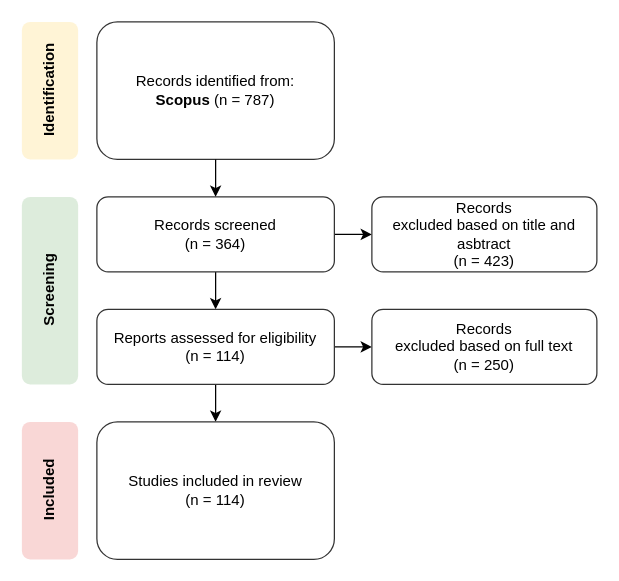
Earlier version of the draw.io diagram SLR-Method.drawio (ariesharry/SLR-Production-Scheduling). Source tidied: cells renumbered, new cells numbered last; positions are measured from the earlier drawing's top-left corner, leaving out a move shared by most shapes. Both pictures are drawn from the tidied source at 125%, with x=0, y=0 at pixel (21, 21).
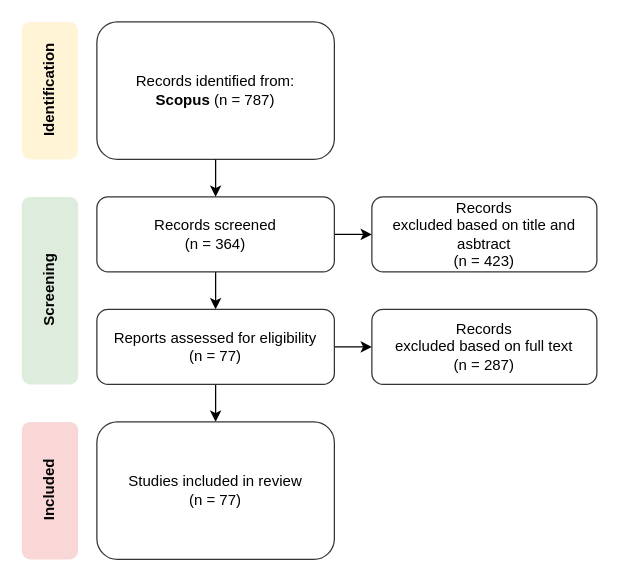
After the change.

Change to the diagram source:
```diff
@@
 <mxGraphModel>
   <root>
     <mxCell id="0" />
     <mxCell id="1" parent="0" />
     <mxCell id="2" value="Identification" style="rounded=1;whiteSpace=wrap;html=1;fillColor=#fff2cc;strokeColor=none;opacity=80;horizontal=0;fontStyle=1;" parent="1" vertex="1">
       <mxGeometry width="45" height="110" as="geometry" />
     </mxCell>
     <mxCell id="3" value="&lt;span style=&quot;font-size:9.0pt;mso-bidi-font-size:&lt;br/&gt;10.0pt;line-height:107%;font-family:&amp;quot;Arial&amp;quot;,sans-serif;mso-fareast-font-family:&lt;br/&gt;Calibri;mso-fareast-theme-font:minor-latin;color:black;mso-themecolor:text1;&lt;br/&gt;mso-ansi-language:EN-AU;mso-fareast-language:EN-US;mso-bidi-language:AR-SA&quot; lang=&quot;EN-AU&quot;&gt;Records identified from:&lt;br&gt;&lt;b&gt;Scopus&lt;/b&gt; (n = 787)&lt;br&gt;&lt;/span&gt;" style="rounded=1;whiteSpace=wrap;html=1;fillColor=none;strokeColor=#333333;" parent="1" vertex="1">
       <mxGeometry x="60" width="190" height="110" as="geometry" />
     </mxCell>
     <mxCell id="4" style="edgeStyle=orthogonalEdgeStyle;rounded=0;jettySize=auto;html=1;exitX=0.5;exitY=1;exitDx=0;exitDy=0;entryX=0.5;entryY=0;entryDx=0;entryDy=0;" parent="1" edge="1" source="6" target="11">
       <mxGeometry relative="1" as="geometry" />
     </mxCell>
     <mxCell id="5" style="edgeStyle=orthogonalEdgeStyle;rounded=0;jettySize=auto;html=1;exitX=1;exitY=0.5;exitDx=0;exitDy=0;entryX=0;entryY=0.5;entryDx=0;entryDy=0;" parent="1" edge="1" source="6" target="7">
       <mxGeometry relative="1" as="geometry" />
     </mxCell>
     <mxCell id="6" value="Records screened&lt;br&gt;(n = 364)" style="rounded=1;whiteSpace=wrap;html=1;fillColor=none;strokeColor=#333333;" parent="1" vertex="1">
       <mxGeometry x="60" y="140" width="190" height="60" as="geometry" />
     </mxCell>
     <mxCell id="7" value="&lt;span style=&quot;font-size:9.0pt;mso-bidi-font-size:&lt;br/&gt;10.0pt;line-height:107%;font-family:&amp;quot;Arial&amp;quot;,sans-serif;mso-fareast-font-family:&lt;br/&gt;Calibri;mso-fareast-theme-font:minor-latin;color:black;mso-themecolor:text1;&lt;br/&gt;mso-ansi-language:EN-AU;mso-fareast-language:EN-US;mso-bidi-language:AR-SA&quot; lang=&quot;EN-AU&quot;&gt;Records&lt;br&gt;excluded based on title and asbtract&lt;br&gt;(n = 423)&lt;br&gt;&lt;/span&gt;" style="rounded=1;whiteSpace=wrap;html=1;fillColor=none;strokeColor=#333333;" parent="1" vertex="1">
       <mxGeometry x="280" y="140" width="180" height="60" as="geometry" />
     </mxCell>
     <mxCell id="8" value="Screening" style="rounded=1;whiteSpace=wrap;html=1;fillColor=#d5e8d4;strokeColor=none;opacity=80;horizontal=0;fontStyle=1;" parent="1" vertex="1">
       <mxGeometry y="140" width="45" height="150" as="geometry" />
     </mxCell>
     <mxCell id="9" style="edgeStyle=orthogonalEdgeStyle;rounded=0;jettySize=auto;html=1;exitX=0.5;exitY=1;exitDx=0;exitDy=0;" parent="1" edge="1" source="11" target="13">
       <mxGeometry relative="1" as="geometry" />
     </mxCell>
     <mxCell id="10" style="edgeStyle=orthogonalEdgeStyle;rounded=0;jettySize=auto;html=1;exitX=1;exitY=0.5;exitDx=0;exitDy=0;entryX=0;entryY=0.5;entryDx=0;entryDy=0;" parent="1" edge="1" source="11" target="14">
       <mxGeometry relative="1" as="geometry" />
     </mxCell>
-    <mxCell id="11" value="&lt;div&gt;Reports assessed for eligibility&lt;/div&gt;&lt;div&gt;(n = 114)&lt;/div&gt;" style="rounded=1;whiteSpace=wrap;html=1;fillColor=none;strokeColor=#333333;" parent="1" vertex="1">
+    <mxCell id="11" value="&lt;div&gt;Reports assessed for eligibility&lt;/div&gt;&lt;div&gt;(n = 77)&lt;/div&gt;" style="rounded=1;whiteSpace=wrap;html=1;fillColor=none;strokeColor=#333333;" parent="1" vertex="1">
       <mxGeometry x="60" y="230" width="190" height="60" as="geometry" />
     </mxCell>
     <mxCell id="12" value="Included" style="rounded=1;whiteSpace=wrap;html=1;fillColor=#f8cecc;strokeColor=none;opacity=80;horizontal=0;fontStyle=1;" parent="1" vertex="1">
       <mxGeometry y="320" width="45" height="110" as="geometry" />
     </mxCell>
-    <mxCell id="13" value="&lt;span style=&quot;font-size:9.0pt;mso-bidi-font-size:&lt;br/&gt;10.0pt;line-height:107%;font-family:&amp;quot;Arial&amp;quot;,sans-serif;mso-fareast-font-family:&lt;br/&gt;Calibri;mso-fareast-theme-font:minor-latin;color:black;mso-themecolor:text1;&lt;br/&gt;mso-ansi-language:EN-AU;mso-fareast-language:EN-US;mso-bidi-language:AR-SA&quot; lang=&quot;EN-AU&quot;&gt;Studies included in review&lt;br&gt;(n =&amp;nbsp;114)&lt;br&gt;&lt;/span&gt;" style="rounded=1;whiteSpace=wrap;html=1;fillColor=none;strokeColor=#333333;" parent="1" vertex="1">
+    <mxCell id="13" value="&lt;span style=&quot;font-size:9.0pt;mso-bidi-font-size:&lt;br/&gt;10.0pt;line-height:107%;font-family:&amp;quot;Arial&amp;quot;,sans-serif;mso-fareast-font-family:&lt;br/&gt;Calibri;mso-fareast-theme-font:minor-latin;color:black;mso-themecolor:text1;&lt;br/&gt;mso-ansi-language:EN-AU;mso-fareast-language:EN-US;mso-bidi-language:AR-SA&quot; lang=&quot;EN-AU&quot;&gt;Studies included in review&lt;br&gt;(n =&amp;nbsp;77)&lt;br&gt;&lt;/span&gt;" style="rounded=1;whiteSpace=wrap;html=1;fillColor=none;strokeColor=#333333;" parent="1" vertex="1">
       <mxGeometry x="60" y="320" width="190" height="110" as="geometry" />
     </mxCell>
-    <mxCell id="14" value="&lt;span style=&quot;font-size:9.0pt;mso-bidi-font-size:&lt;br/&gt;10.0pt;line-height:107%;font-family:&amp;quot;Arial&amp;quot;,sans-serif;mso-fareast-font-family:&lt;br/&gt;Calibri;mso-fareast-theme-font:minor-latin;color:black;mso-themecolor:text1;&lt;br/&gt;mso-ansi-language:EN-AU;mso-fareast-language:EN-US;mso-bidi-language:AR-SA&quot; lang=&quot;EN-AU&quot;&gt;Records&lt;br&gt;excluded based on full text&lt;br&gt;(n = 250)&lt;br&gt;&lt;/span&gt;" style="rounded=1;whiteSpace=wrap;html=1;fillColor=none;strokeColor=#333333;" parent="1" vertex="1">
+    <mxCell id="14" value="&lt;span style=&quot;font-size:9.0pt;mso-bidi-font-size:&lt;br/&gt;10.0pt;line-height:107%;font-family:&amp;quot;Arial&amp;quot;,sans-serif;mso-fareast-font-family:&lt;br/&gt;Calibri;mso-fareast-theme-font:minor-latin;color:black;mso-themecolor:text1;&lt;br/&gt;mso-ansi-language:EN-AU;mso-fareast-language:EN-US;mso-bidi-language:AR-SA&quot; lang=&quot;EN-AU&quot;&gt;Records&lt;br&gt;excluded based on full text&lt;br&gt;(n = 287)&lt;br&gt;&lt;/span&gt;" style="rounded=1;whiteSpace=wrap;html=1;fillColor=none;strokeColor=#333333;" parent="1" vertex="1">
       <mxGeometry x="280" y="230" width="180" height="60" as="geometry" />
     </mxCell>
     <mxCell id="15" style="endArrow=classic;html=1;rounded=0;exitX=0.5;exitY=1;exitDx=0;exitDy=0;entryX=0.5;entryY=0;entryDx=0;entryDy=0;" parent="1" edge="1" source="3" target="6">
       <mxGeometry relative="1" as="geometry" />
     </mxCell>
   </root>
 </mxGraphModel>
```
